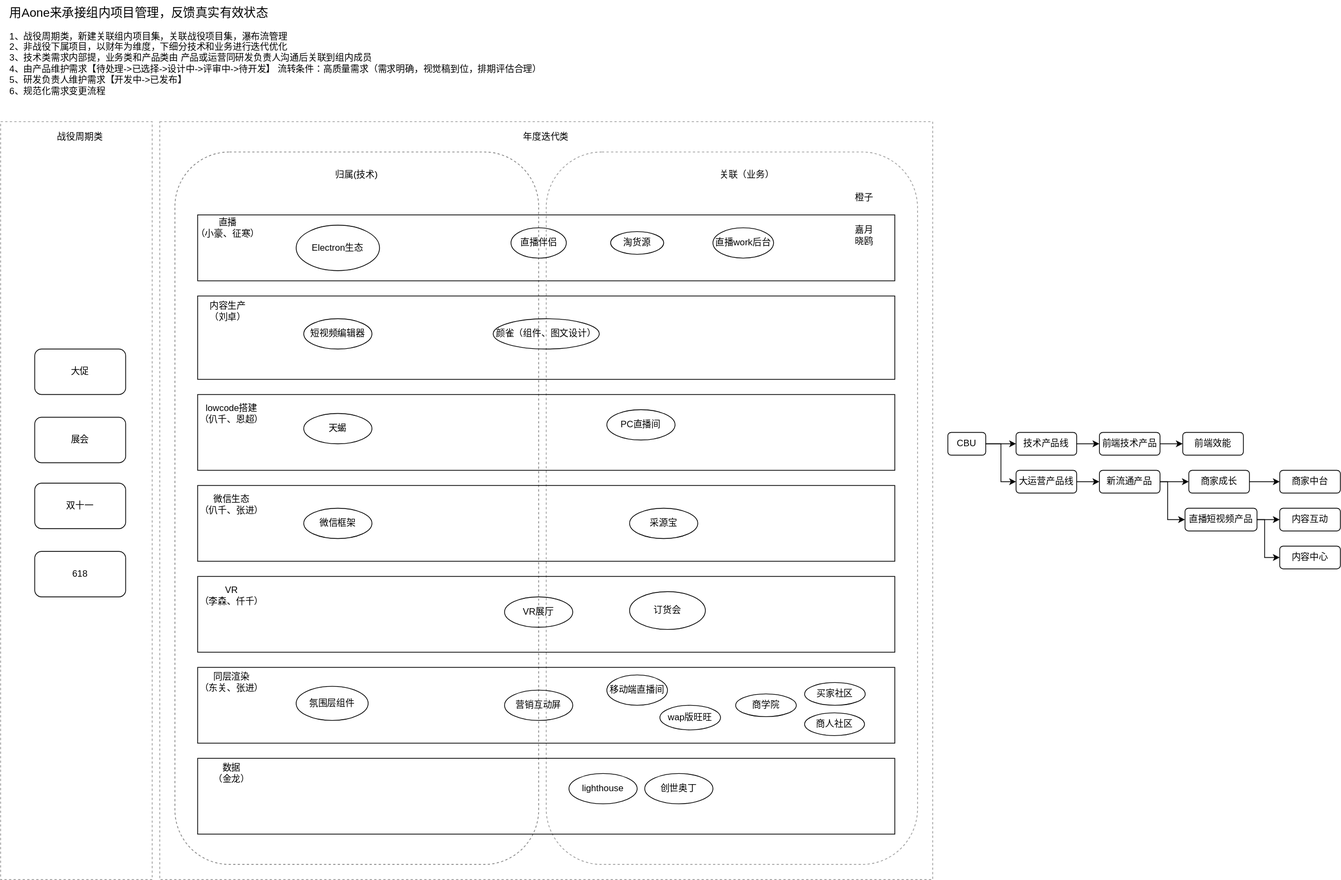
git-zhanglei/gitskills keeps this draw.io diagram as project.svg. Above is the earlier version. Source tidied: cells renumbered, new cells last; positions are measured from the earlier drawing's top-left corner, leaving out a move shared by most shapes.
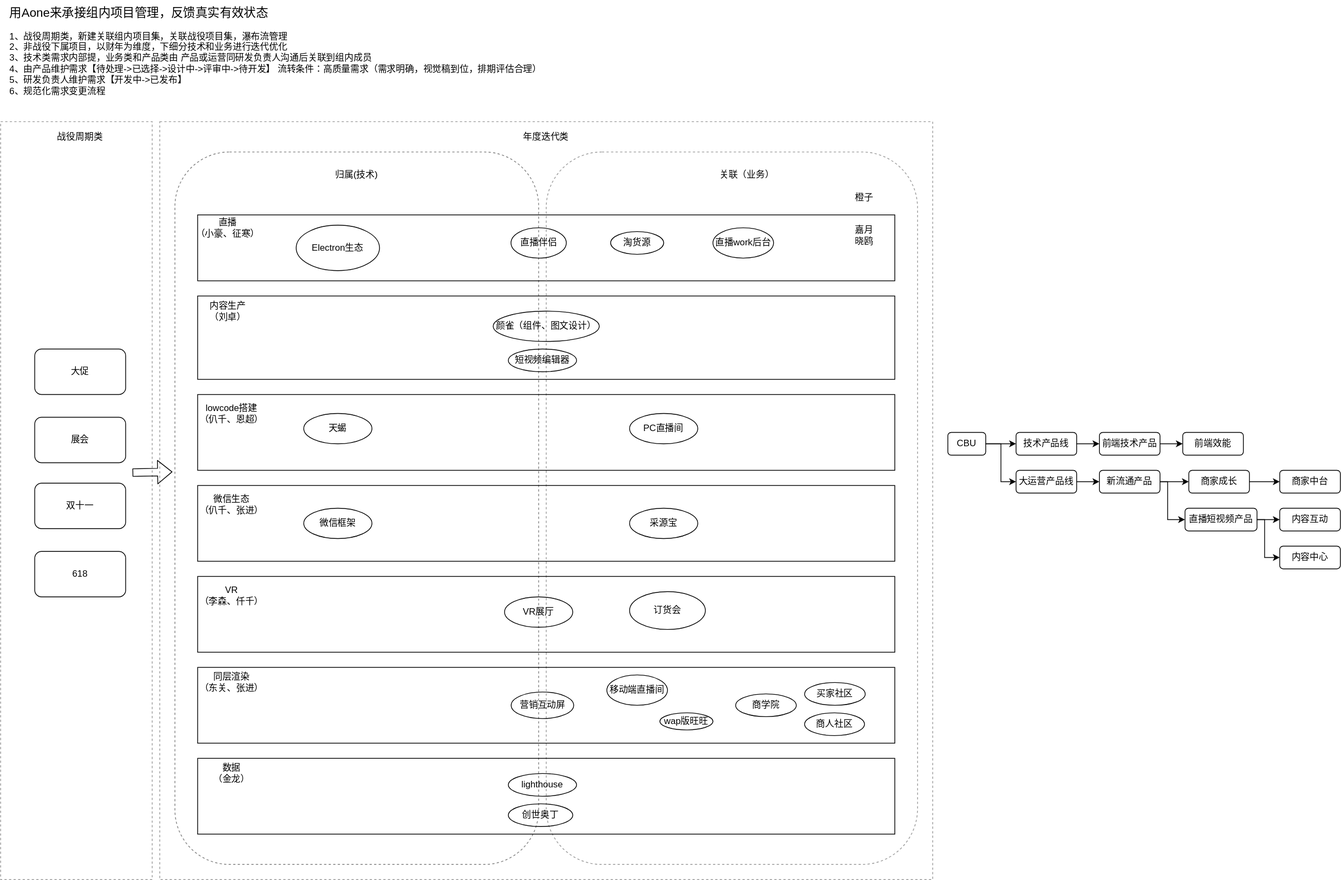
Above is the later version.

Change to the diagram source:
```diff
@@ -21,7 +21,7 @@
       <mxGeometry x="260" y="520" width="920" height="100" as="geometry" />
     </mxCell>
     <mxCell id="8" value="短视频编辑器" style="ellipse;whiteSpace=wrap;html=1;fillColor=none;" parent="1" vertex="1">
-      <mxGeometry x="400" y="420" width="90" height="40" as="geometry" />
+      <mxGeometry x="670" y="460" width="90" height="30" as="geometry" />
     </mxCell>
     <mxCell id="9" value="内容生产&lt;br&gt;（刘卓）" style="text;html=1;strokeColor=none;fillColor=none;align=center;verticalAlign=middle;whiteSpace=wrap;rounded=0;" parent="1" vertex="1">
       <mxGeometry x="270" y="400" width="60" height="20" as="geometry" />
@@ -68,9 +68,6 @@
     <mxCell id="23" value="微信生态&lt;br&gt;（仈千、张进）" style="text;html=1;strokeColor=none;fillColor=none;align=center;verticalAlign=middle;whiteSpace=wrap;rounded=0;" parent="1" vertex="1">
       <mxGeometry x="255" y="650" width="100" height="30" as="geometry" />
     </mxCell>
-    <mxCell id="24" value="氛围层组件" style="ellipse;whiteSpace=wrap;html=1;fillColor=none;" parent="1" vertex="1">
-      <mxGeometry x="390" y="905" width="95" height="45" as="geometry" />
-    </mxCell>
     <mxCell id="25" value="VR展厅" style="ellipse;whiteSpace=wrap;html=1;fillColor=none;" parent="1" vertex="1">
       <mxGeometry x="665" y="787" width="90" height="40" as="geometry" />
     </mxCell>
@@ -78,7 +75,7 @@
       <mxGeometry x="390" y="296.5" width="110" height="60" as="geometry" />
     </mxCell>
     <mxCell id="27" value="颜雀（组件、图文设计）" style="ellipse;whiteSpace=wrap;html=1;fillColor=none;" parent="1" vertex="1">
-      <mxGeometry x="650" y="420" width="140" height="40" as="geometry" />
+      <mxGeometry x="650" y="410" width="140" height="40" as="geometry" />
     </mxCell>
     <mxCell id="28" style="rounded=0;whiteSpace=wrap;html=1;fillColor=none;" parent="1" vertex="1">
       <mxGeometry x="260" y="1000" width="920" height="100" as="geometry" />
@@ -213,22 +210,25 @@
       <mxGeometry x="805" y="305" width="70" height="30" as="geometry" />
     </mxCell>
     <mxCell id="67" value="lighthouse" style="ellipse;whiteSpace=wrap;html=1;fillColor=none;" parent="1" vertex="1">
-      <mxGeometry x="750" y="1020" width="90" height="40" as="geometry" />
+      <mxGeometry x="670" y="1020" width="90" height="30" as="geometry" />
     </mxCell>
     <mxCell id="68" value="营销互动屏" style="ellipse;whiteSpace=wrap;html=1;fillColor=none;" parent="1" vertex="1">
-      <mxGeometry x="665" y="910" width="90" height="40" as="geometry" />
+      <mxGeometry x="673.8" y="912.5" width="82.5" height="35" as="geometry" />
     </mxCell>
     <mxCell id="69" value="移动端直播间" style="ellipse;whiteSpace=wrap;html=1;fillColor=none;" parent="1" vertex="1">
       <mxGeometry x="800" y="890" width="80" height="40" as="geometry" />
     </mxCell>
     <mxCell id="70" value="PC直播间" style="ellipse;whiteSpace=wrap;html=1;fillColor=none;" parent="1" vertex="1">
-      <mxGeometry x="800" y="540" width="90" height="40" as="geometry" />
+      <mxGeometry x="830" y="545" width="90" height="40" as="geometry" />
     </mxCell>
     <mxCell id="71" value="wap版旺旺" style="ellipse;whiteSpace=wrap;html=1;fillColor=none;" parent="1" vertex="1">
-      <mxGeometry x="870" y="930" width="80" height="32.5" as="geometry" />
+      <mxGeometry x="870" y="940" width="70" height="22.5" as="geometry" />
     </mxCell>
     <mxCell id="72" value="创世奥丁" style="ellipse;whiteSpace=wrap;html=1;fillColor=none;" parent="1" vertex="1">
-      <mxGeometry x="850" y="1020" width="90" height="40" as="geometry" />
+      <mxGeometry x="670" y="1060" width="85" height="30" as="geometry" />
     </mxCell>
+    <mxCell id="73" style="shape=flexArrow;endArrow=classic;html=1;entryX=-0.007;entryY=0.449;entryDx=0;entryDy=0;entryPerimeter=0;exitX=0.87;exitY=0.463;exitDx=0;exitDy=0;exitPerimeter=0;" parent="1" edge="1" source="32" target="3">
+      <mxGeometry relative="1" as="geometry" />
+    </mxCell>
   </root>
 </mxGraphModel>
```
